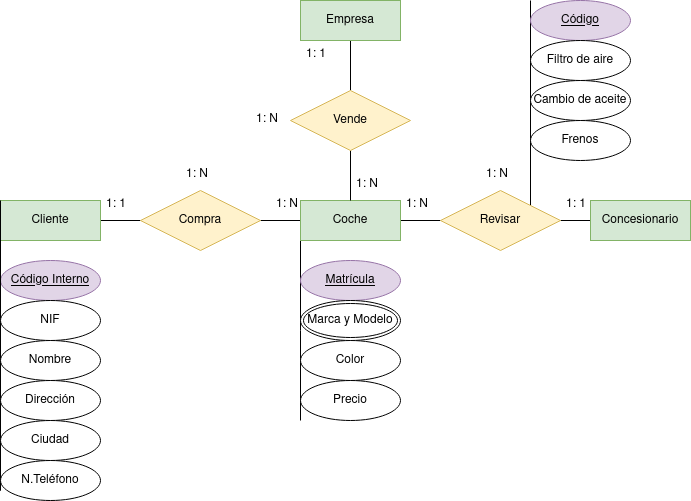
Before: Unidad-1/Tareas/Tarea-6/tarea6.drawio.png, a diagram exported from draw.io (jdrguez/2-Daw). Source tidied: cells renumbered, new cells last; positions are measured from the earlier drawing's top-left corner, leaving out a move shared by most shapes.
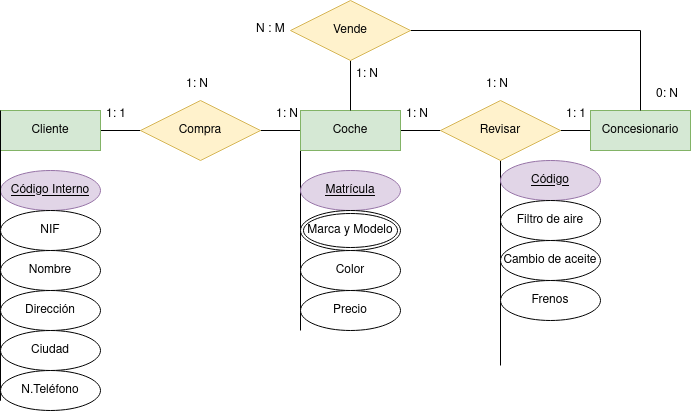
After the change.

Diff of the diagram source:
```diff
@@ -28,9 +28,10 @@
     <mxCell id="9" style="edgeStyle=orthogonalEdgeStyle;rounded=0;jettySize=auto;html=1;entryX=0;entryY=0.5;entryDx=0;entryDy=0;endArrow=none;endFill=0;" parent="1" edge="1" source="11" target="12">
       <mxGeometry relative="1" as="geometry" />
     </mxCell>
-    <mxCell id="10" style="edgeStyle=orthogonalEdgeStyle;rounded=0;jettySize=auto;html=1;exitX=1;exitY=0;exitDx=0;exitDy=0;endArrow=none;endFill=0;" parent="1" edge="1" source="11">
+    <mxCell id="10" style="edgeStyle=orthogonalEdgeStyle;rounded=0;orthogonalLoop=1;jettySize=auto;html=1;exitX=1;exitY=0;exitDx=0;exitDy=0;endArrow=none;endFill=0;" parent="1" edge="1">
       <mxGeometry relative="1" as="geometry">
-        <mxPoint x="530" as="targetPoint" />
+        <mxPoint x="500" y="455" as="sourcePoint" />
+        <mxPoint x="500" y="250" as="targetPoint" />
       </mxGeometry>
     </mxCell>
     <mxCell id="11" value="Revisar" style="shape=rhombus;perimeter=rhombusPerimeter;whiteSpace=wrap;html=1;align=center;fillColor=#fff2cc;strokeColor=#d6b656;" parent="1" vertex="1">
@@ -39,15 +40,12 @@
     <mxCell id="12" value="Concesionario" style="whiteSpace=wrap;html=1;align=center;fillColor=#d5e8d4;strokeColor=#82b366;" parent="1" vertex="1">
       <mxGeometry x="590" y="200" width="100" height="40" as="geometry" />
     </mxCell>
-    <mxCell id="13" style="edgeStyle=orthogonalEdgeStyle;rounded=0;jettySize=auto;html=1;exitX=0.5;exitY=1;exitDx=0;exitDy=0;entryX=0.5;entryY=0;entryDx=0;entryDy=0;endArrow=none;endFill=0;" parent="1" edge="1" source="14" target="16">
-      <mxGeometry relative="1" as="geometry" />
-    </mxCell>
-    <mxCell id="14" value="Empresa" style="whiteSpace=wrap;html=1;align=center;fillColor=#d5e8d4;strokeColor=#82b366;" parent="1" vertex="1">
-      <mxGeometry x="300" width="100" height="40" as="geometry" />
-    </mxCell>
     <mxCell id="15" style="edgeStyle=orthogonalEdgeStyle;rounded=0;jettySize=auto;html=1;exitX=0.5;exitY=1;exitDx=0;exitDy=0;entryX=0.5;entryY=0;entryDx=0;entryDy=0;endArrow=none;endFill=0;" parent="1" edge="1" source="16" target="8">
       <mxGeometry relative="1" as="geometry" />
     </mxCell>
+    <mxCell id="41" style="edgeStyle=orthogonalEdgeStyle;rounded=0;jettySize=auto;html=1;exitX=1;exitY=0.5;exitDx=0;exitDy=0;entryX=0.5;entryY=0;entryDx=0;entryDy=0;endArrow=none;endFill=0;" parent="1" edge="1" source="16" target="12">
+      <mxGeometry relative="1" as="geometry" />
+    </mxCell>
     <mxCell id="16" value="&lt;div&gt;Vende&lt;/div&gt;" style="shape=rhombus;perimeter=rhombusPerimeter;whiteSpace=wrap;html=1;align=center;fillColor=#fff2cc;strokeColor=#d6b656;" parent="1" vertex="1">
       <mxGeometry x="290" y="90" width="120" height="60" as="geometry" />
     </mxCell>
@@ -110,24 +108,24 @@
       <mxGeometry x="300" y="300" width="100" height="40" as="geometry" />
     </mxCell>
     <mxCell id="34" value="Código" style="ellipse;whiteSpace=wrap;html=1;align=center;fontStyle=4;fillColor=#e1d5e7;strokeColor=#9673a6;" parent="1" vertex="1">
-      <mxGeometry x="530" width="100" height="40" as="geometry" />
+      <mxGeometry x="500" y="250" width="100" height="40" as="geometry" />
     </mxCell>
     <mxCell id="35" value="Filtro de aire" style="ellipse;whiteSpace=wrap;html=1;align=center;" parent="1" vertex="1">
-      <mxGeometry x="530" y="40" width="100" height="40" as="geometry" />
+      <mxGeometry x="500" y="290" width="100" height="40" as="geometry" />
     </mxCell>
     <mxCell id="36" value="Cambio de aceite" style="ellipse;whiteSpace=wrap;html=1;align=center;" parent="1" vertex="1">
-      <mxGeometry x="530" y="80" width="100" height="40" as="geometry" />
+      <mxGeometry x="500" y="330" width="100" height="40" as="geometry" />
     </mxCell>
     <mxCell id="37" value="Frenos" style="ellipse;whiteSpace=wrap;html=1;align=center;" parent="1" vertex="1">
-      <mxGeometry x="530" y="120" width="100" height="40" as="geometry" />
+      <mxGeometry x="500" y="370" width="100" height="40" as="geometry" />
     </mxCell>
-    <mxCell id="38" value="1: N" style="text;strokeColor=none;fillColor=none;spacingLeft=4;spacingRight=4;overflow=hidden;fontSize=12;whiteSpace=wrap;html=1;" parent="1" vertex="1">
-      <mxGeometry x="350" y="170" width="40" height="30" as="geometry" />
+    <mxCell id="38" value="0: N" style="text;strokeColor=none;fillColor=none;spacingLeft=4;spacingRight=4;overflow=hidden;fontSize=12;whiteSpace=wrap;html=1;" parent="1" vertex="1">
+      <mxGeometry x="650" y="170" width="40" height="30" as="geometry" />
     </mxCell>
-    <mxCell id="39" value="1: 1" style="text;strokeColor=none;fillColor=none;spacingLeft=4;spacingRight=4;overflow=hidden;fontSize=12;whiteSpace=wrap;html=1;" parent="1" vertex="1">
-      <mxGeometry x="300" y="40" width="40" height="30" as="geometry" />
+    <mxCell id="39" value="1: N" style="text;strokeColor=none;fillColor=none;spacingLeft=4;spacingRight=4;overflow=hidden;fontSize=12;whiteSpace=wrap;html=1;" parent="1" vertex="1">
+      <mxGeometry x="350" y="150" width="40" height="30" as="geometry" />
     </mxCell>
-    <mxCell id="40" value="1: N" style="text;strokeColor=none;fillColor=none;spacingLeft=4;spacingRight=4;overflow=hidden;fontSize=12;whiteSpace=wrap;html=1;" parent="1" vertex="1">
+    <mxCell id="40" value="N : M" style="text;strokeColor=none;fillColor=none;spacingLeft=4;spacingRight=4;overflow=hidden;fontSize=12;whiteSpace=wrap;html=1;" parent="1" vertex="1">
       <mxGeometry x="250" y="105" width="40" height="30" as="geometry" />
     </mxCell>
   </root>
```
